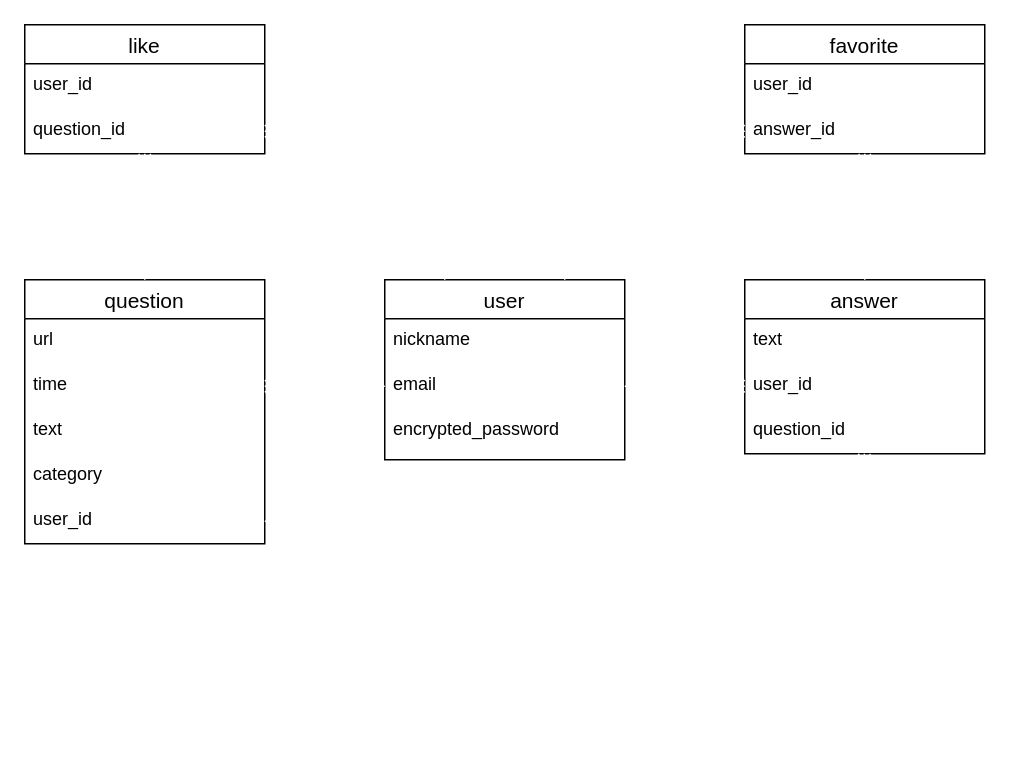
Earlier version of the draw.io diagram formula.drawio (ikejiri-ohashi/formula). Source tidied: cells renumbered, new cells numbered last; positions are measured from the earlier drawing's top-left corner, leaving out a move shared by most shapes. Both pictures are drawn from the tidied source at 150%, with x=0, y=0 at pixel (24, 24).
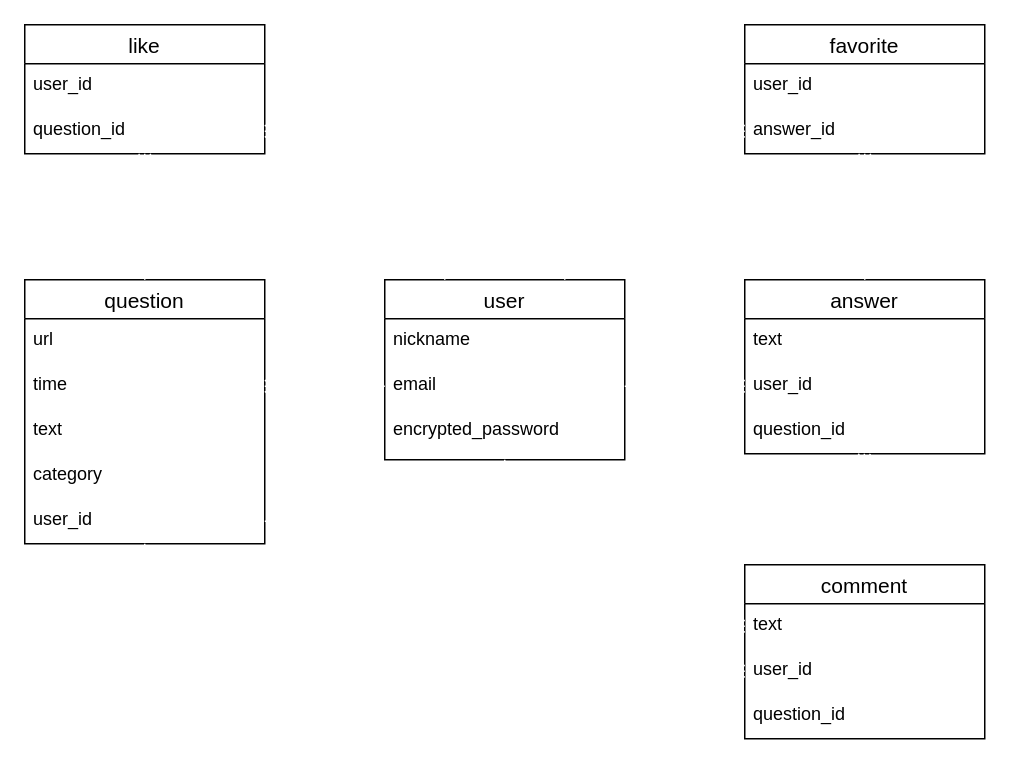
After the change.

Commit message (it also covers changes not shown here):
README, ER図への追記

The change refers to these unchanged cells:
```xml
<mxCell id="11" value="user_id" style="text;strokeColor=none;fillColor=none;spacingLeft=4;spacingRight=4;overflow=hidden;points=[[0,0.5],[1,0.5]];portConstraint=eastwest;fontSize=12;" parent="6" vertex="1">
  <mxGeometry y="146" width="160" height="30" as="geometry" />
</mxCell>
<mxCell id="15" value="encrypted_password" style="text;strokeColor=none;fillColor=none;spacingLeft=4;spacingRight=4;overflow=hidden;points=[[0,0.5],[1,0.5]];portConstraint=eastwest;fontSize=12;" parent="12" vertex="1">
  <mxGeometry y="86" width="160" height="34" as="geometry" />
</mxCell>
```

The edit, as a diff of the source:
```diff
@@
+    <mxCell id="29" value="comment" style="swimlane;fontStyle=0;horizontal=1;startSize=26;align=center;fontSize=14;" parent="1" vertex="1">
+      <mxGeometry x="480" y="360" width="160" height="116" as="geometry" />
+    </mxCell>
+    <mxCell id="30" value="text" style="text;strokeColor=none;fillColor=none;spacingLeft=4;spacingRight=4;overflow=hidden;points=[[0,0.5],[1,0.5]];portConstraint=eastwest;fontSize=12;" parent="29" vertex="1">
+      <mxGeometry y="26" width="160" height="30" as="geometry" />
+    </mxCell>
+    <mxCell id="31" value="user_id" style="text;strokeColor=none;fillColor=none;spacingLeft=4;spacingRight=4;overflow=hidden;points=[[0,0.5],[1,0.5]];portConstraint=eastwest;fontSize=12;" parent="29" vertex="1">
+      <mxGeometry y="56" width="160" height="30" as="geometry" />
+    </mxCell>
+    <mxCell id="32" value="question_id" style="text;strokeColor=none;fillColor=none;spacingLeft=4;spacingRight=4;overflow=hidden;fontSize=12;" parent="29" vertex="1">
+      <mxGeometry y="86" width="160" height="30" as="geometry" />
+    </mxCell>
+    <mxCell id="33" style="edgeStyle=none;rounded=0;jettySize=auto;html=1;startArrow=ERone;startFill=0;endArrow=ERmany;endFill=0;strokeColor=#FFFFFF;entryX=0;entryY=0.5;entryDx=0;entryDy=0;" parent="1" edge="1" source="15" target="30">
+      <mxGeometry relative="1" as="geometry">
+        <Array as="points">
+          <mxPoint x="320" y="401" />
+        </Array>
+      </mxGeometry>
+    </mxCell>
+    <mxCell id="34" style="edgeStyle=none;rounded=0;jettySize=auto;html=1;startArrow=ERone;startFill=0;endArrow=ERmany;endFill=0;strokeColor=#FFFFFF;entryX=0;entryY=0.5;entryDx=0;entryDy=0;" parent="1" edge="1" source="11" target="31">
+      <mxGeometry relative="1" as="geometry">
+        <Array as="points">
+          <mxPoint x="80" y="431" />
+        </Array>
+      </mxGeometry>
+    </mxCell>
```
